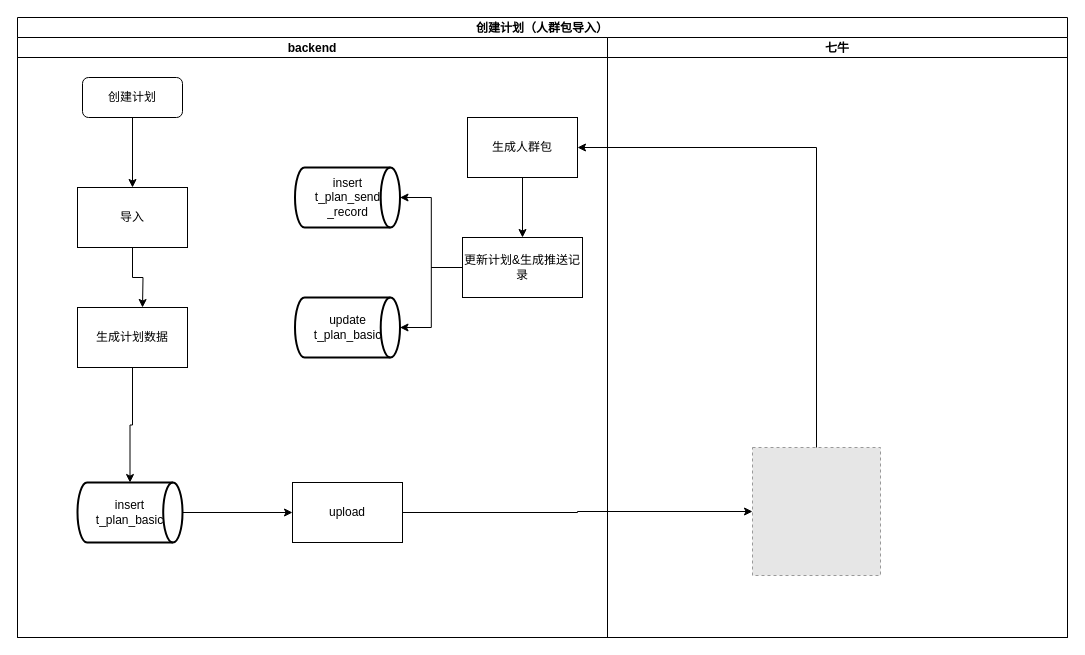
The draw.io diagram page "第 2 页" (2 of 2) of 推送计划.drawio in songmulin/rr-business, before the edit. Source tidied: cells renumbered, new cells numbered last; positions are measured from the earlier drawing's top-left corner, leaving out a move shared by most shapes. Both pictures are drawn from the tidied source at 100%, with x=0, y=0 at pixel (17, 17). Pictures stored in the file or linked from it are replaced by grey dashed boxes.
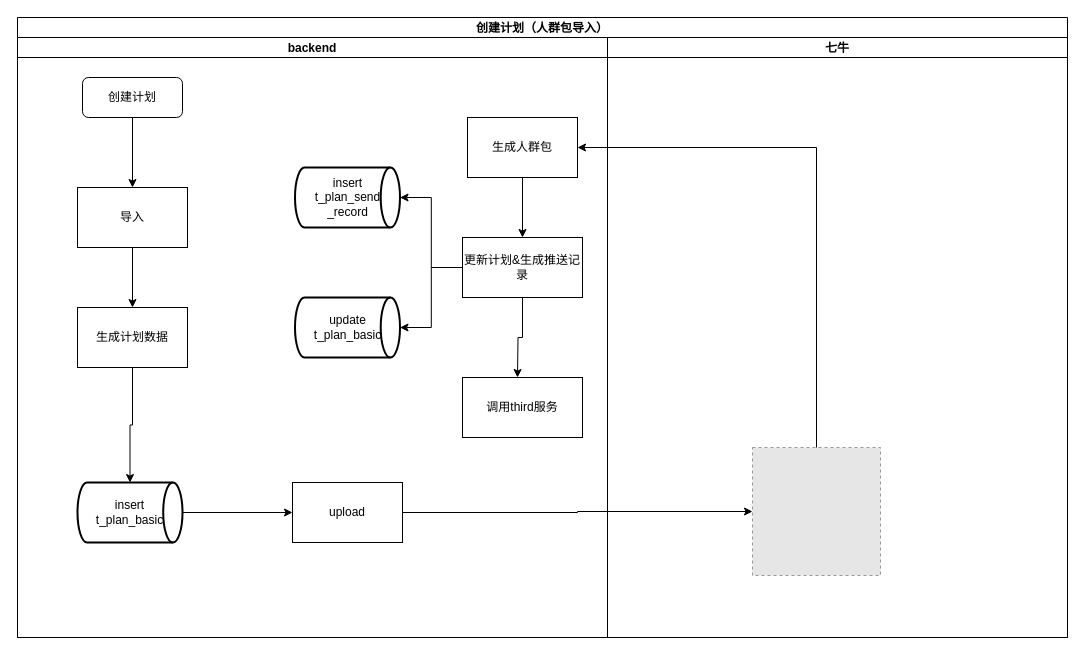
The same page after the edit.

Commit message:
更新推送计划.drawio

The change refers to these unchanged cells:
```xml
<mxCell id="3" value="backend" style="swimlane;startSize=20;" parent="2" vertex="1">
  <mxGeometry y="20" width="590" height="600" as="geometry" />
</mxCell>
<mxCell id="6" value="导入" style="rounded=0;whiteSpace=wrap;html=1;" parent="3" vertex="1">
  <mxGeometry x="60" y="150" width="110" height="60" as="geometry" />
</mxCell>
<mxCell id="17" value="更新计划&amp;amp;生成推送记录" style="rounded=0;whiteSpace=wrap;html=1;" parent="3" vertex="1">
  <mxGeometry x="445" y="200" width="120" height="60" as="geometry" />
</mxCell>
```

The edit, as a diff of the source:
```diff
@@
+    <mxCell id="25" value="调用third服务" style="rounded=0;whiteSpace=wrap;html=1;" parent="3" vertex="1">
+      <mxGeometry x="445" y="340" width="120" height="60" as="geometry" />
+    </mxCell>
@@
     <mxCell id="24" style="edgeStyle=orthogonalEdgeStyle;rounded=0;jettySize=auto;html=1;" parent="1" edge="1" source="6">
       <mxGeometry relative="1" as="geometry">
-        <mxPoint x="125" y="290" as="targetPoint" />
+        <mxPoint x="115" y="290" as="targetPoint" />
+        <Array as="points">
+          <mxPoint x="115" y="290" />
+        </Array>
       </mxGeometry>
     </mxCell>
+    <mxCell id="26" style="edgeStyle=orthogonalEdgeStyle;rounded=0;jettySize=auto;html=1;" parent="1" edge="1" source="17">
+      <mxGeometry relative="1" as="geometry">
+        <mxPoint x="500" y="360" as="targetPoint" />
+      </mxGeometry>
+    </mxCell>
```
